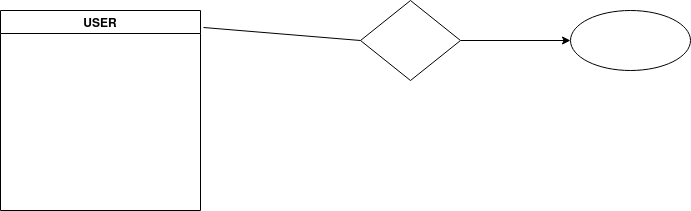
The draw.io diagram Entity.drawio.png in GumBox/CloudAirlineG8, before a commit. Source tidied: cells renumbered, new cells last; positions are measured from the earlier drawing's top-left corner, leaving out a move shared by most shapes.
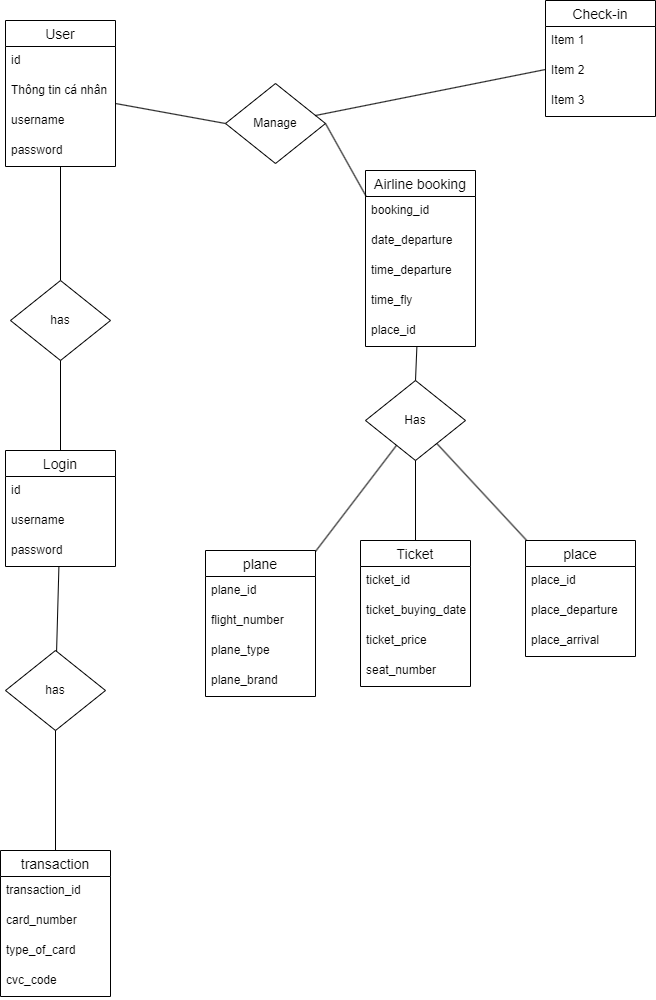
After the commit.

The edit, as a diff of the source:
```diff
@@ -2,20 +2,164 @@
   <root>
     <mxCell id="0" />
     <mxCell id="1" parent="0" />
-    <mxCell id="2" style="endArrow=none;html=1;rounded=0;exitX=1.015;exitY=0.085;exitDx=0;exitDy=0;entryX=0;entryY=0.5;entryDx=0;entryDy=0;exitPerimeter=0;" parent="1" edge="1" source="6" target="4">
+    <mxCell id="2" style="endArrow=none;html=1;rounded=0;entryX=0;entryY=0.5;entryDx=0;entryDy=0;" parent="1" edge="1" source="7" target="4">
       <mxGeometry relative="1" as="geometry" />
     </mxCell>
-    <mxCell id="3" style="edgeStyle=orthogonalEdgeStyle;rounded=0;jettySize=auto;html=1;" parent="1" edge="1" source="4" target="5">
-      <mxGeometry relative="1" as="geometry" />
-    </mxCell>
-    <mxCell id="4" style="rhombus;whiteSpace=wrap;html=1;" parent="1" vertex="1">
+    <mxCell id="4" value="Manage" style="rhombus;whiteSpace=wrap;html=1;" parent="1" vertex="1">
       <mxGeometry x="360" width="100" height="80" as="geometry" />
     </mxCell>
-    <mxCell id="5" style="ellipse;whiteSpace=wrap;html=1;" parent="1" vertex="1">
-      <mxGeometry x="570" y="10" width="120" height="60" as="geometry" />
-    </mxCell>
-    <mxCell id="6" value="USER" style="swimlane;" parent="1" vertex="1">
-      <mxGeometry y="10" width="200" height="200" as="geometry" />
-    </mxCell>
+    <mxCell id="7" value="User" style="swimlane;fontStyle=0;horizontal=1;startSize=26;align=center;fontSize=14;" parent="1" vertex="1">
+      <mxGeometry x="140" y="-63" width="110" height="146" as="geometry" />
+    </mxCell>
+    <mxCell id="8" value="id " style="text;strokeColor=none;fillColor=none;spacingLeft=4;spacingRight=4;overflow=hidden;fontSize=12;" parent="7" vertex="1">
+      <mxGeometry y="26" width="110" height="30" as="geometry" />
+    </mxCell>
+    <mxCell id="9" value="Thông tin cá nhân" style="text;strokeColor=none;fillColor=none;spacingLeft=4;spacingRight=4;overflow=hidden;fontSize=12;" parent="7" vertex="1">
+      <mxGeometry y="56" width="110" height="30" as="geometry" />
+    </mxCell>
+    <mxCell id="10" value="username" style="text;strokeColor=none;fillColor=none;spacingLeft=4;spacingRight=4;overflow=hidden;fontSize=12;" parent="7" vertex="1">
+      <mxGeometry y="86" width="110" height="30" as="geometry" />
+    </mxCell>
+    <mxCell id="11" value="password" style="text;strokeColor=none;fillColor=none;spacingLeft=4;spacingRight=4;overflow=hidden;fontSize=12;" parent="7" vertex="1">
+      <mxGeometry y="116" width="110" height="30" as="geometry" />
+    </mxCell>
+    <mxCell id="12" value="Airline booking" style="swimlane;fontStyle=0;horizontal=1;startSize=26;align=center;fontSize=14;" parent="1" vertex="1">
+      <mxGeometry x="500" y="87" width="110" height="176" as="geometry" />
+    </mxCell>
+    <mxCell id="13" value="booking_id" style="text;strokeColor=none;fillColor=none;spacingLeft=4;spacingRight=4;overflow=hidden;fontSize=12;" parent="12" vertex="1">
+      <mxGeometry y="26" width="110" height="30" as="geometry" />
+    </mxCell>
+    <mxCell id="14" value="date_departure" style="text;strokeColor=none;fillColor=none;spacingLeft=4;spacingRight=4;overflow=hidden;fontSize=12;" parent="12" vertex="1">
+      <mxGeometry y="56" width="110" height="30" as="geometry" />
+    </mxCell>
+    <mxCell id="15" value="time_departure" style="text;strokeColor=none;fillColor=none;spacingLeft=4;spacingRight=4;overflow=hidden;fontSize=12;" parent="12" vertex="1">
+      <mxGeometry y="86" width="110" height="30" as="geometry" />
+    </mxCell>
+    <mxCell id="16" value="time_fly" style="text;strokeColor=none;fillColor=none;spacingLeft=4;spacingRight=4;overflow=hidden;fontSize=12;" parent="12" vertex="1">
+      <mxGeometry y="116" width="110" height="30" as="geometry" />
+    </mxCell>
+    <mxCell id="17" value="place_id" style="text;strokeColor=none;fillColor=none;spacingLeft=4;spacingRight=4;overflow=hidden;fontSize=12;" parent="12" vertex="1">
+      <mxGeometry y="146" width="110" height="30" as="geometry" />
+    </mxCell>
+    <mxCell id="18" style="endArrow=none;html=1;rounded=0;exitX=1;exitY=0.5;exitDx=0;exitDy=0;entryX=0.006;entryY=0.147;entryDx=0;entryDy=0;entryPerimeter=0;" parent="1" edge="1" source="4" target="12">
+      <mxGeometry relative="1" as="geometry" />
+    </mxCell>
+    <mxCell id="19" value="Has" style="rhombus;whiteSpace=wrap;html=1;" parent="1" vertex="1">
+      <mxGeometry x="500" y="297" width="100" height="80" as="geometry" />
+    </mxCell>
+    <mxCell id="20" style="endArrow=none;html=1;rounded=0;entryX=0.5;entryY=0;entryDx=0;entryDy=0;" parent="1" edge="1" source="12" target="19">
+      <mxGeometry relative="1" as="geometry" />
+    </mxCell>
+    <mxCell id="21" value="Ticket" style="swimlane;fontStyle=0;horizontal=1;startSize=26;align=center;fontSize=14;" parent="1" vertex="1">
+      <mxGeometry x="495" y="457" width="110" height="146" as="geometry" />
+    </mxCell>
+    <mxCell id="22" value="ticket_id" style="text;strokeColor=none;fillColor=none;spacingLeft=4;spacingRight=4;overflow=hidden;fontSize=12;" parent="21" vertex="1">
+      <mxGeometry y="26" width="110" height="30" as="geometry" />
+    </mxCell>
+    <mxCell id="23" value="ticket_buying_date" style="text;strokeColor=none;fillColor=none;spacingLeft=4;spacingRight=4;overflow=hidden;fontSize=12;" parent="21" vertex="1">
+      <mxGeometry y="56" width="110" height="30" as="geometry" />
+    </mxCell>
+    <mxCell id="24" value="ticket_price" style="text;strokeColor=none;fillColor=none;spacingLeft=4;spacingRight=4;overflow=hidden;fontSize=12;" parent="21" vertex="1">
+      <mxGeometry y="86" width="110" height="30" as="geometry" />
+    </mxCell>
+    <mxCell id="25" value="seat_number" style="text;strokeColor=none;fillColor=none;spacingLeft=4;spacingRight=4;overflow=hidden;fontSize=12;" parent="21" vertex="1">
+      <mxGeometry y="116" width="110" height="30" as="geometry" />
+    </mxCell>
+    <mxCell id="26" style="endArrow=none;html=1;rounded=0;entryX=0.5;entryY=0;entryDx=0;entryDy=0;" parent="1" edge="1" source="7" target="27">
+      <mxGeometry relative="1" as="geometry" />
+    </mxCell>
+    <mxCell id="27" value="has" style="rhombus;whiteSpace=wrap;html=1;" parent="1" vertex="1">
+      <mxGeometry x="145" y="197" width="100" height="80" as="geometry" />
+    </mxCell>
+    <mxCell id="28" value="Login" style="swimlane;fontStyle=0;horizontal=1;startSize=26;align=center;fontSize=14;" parent="1" vertex="1">
+      <mxGeometry x="140" y="367" width="110" height="116" as="geometry" />
+    </mxCell>
+    <mxCell id="29" value="id" style="text;strokeColor=none;fillColor=none;spacingLeft=4;spacingRight=4;overflow=hidden;fontSize=12;" parent="28" vertex="1">
+      <mxGeometry y="26" width="110" height="30" as="geometry" />
+    </mxCell>
+    <mxCell id="30" value="username" style="text;strokeColor=none;fillColor=none;spacingLeft=4;spacingRight=4;overflow=hidden;fontSize=12;" parent="28" vertex="1">
+      <mxGeometry y="56" width="110" height="30" as="geometry" />
+    </mxCell>
+    <mxCell id="31" value="password" style="text;strokeColor=none;fillColor=none;spacingLeft=4;spacingRight=4;overflow=hidden;fontSize=12;" parent="28" vertex="1">
+      <mxGeometry y="86" width="110" height="30" as="geometry" />
+    </mxCell>
+    <mxCell id="32" style="endArrow=none;html=1;rounded=0;entryX=0.5;entryY=0;entryDx=0;entryDy=0;exitX=0.5;exitY=1;exitDx=0;exitDy=0;" parent="1" edge="1" source="27" target="28">
+      <mxGeometry relative="1" as="geometry" />
+    </mxCell>
+    <mxCell id="33" style="endArrow=none;html=1;rounded=0;entryX=0.5;entryY=0;entryDx=0;entryDy=0;" parent="1" edge="1" source="19" target="21">
+      <mxGeometry relative="1" as="geometry" />
+    </mxCell>
+    <mxCell id="34" value="Check-in" style="swimlane;fontStyle=0;horizontal=1;startSize=26;align=center;fontSize=14;" parent="1" vertex="1">
+      <mxGeometry x="680" y="-83" width="110" height="116" as="geometry" />
+    </mxCell>
+    <mxCell id="35" value="Item 1" style="text;strokeColor=none;fillColor=none;spacingLeft=4;spacingRight=4;overflow=hidden;fontSize=12;" parent="34" vertex="1">
+      <mxGeometry y="26" width="110" height="30" as="geometry" />
+    </mxCell>
+    <mxCell id="36" value="Item 2" style="text;strokeColor=none;fillColor=none;spacingLeft=4;spacingRight=4;overflow=hidden;fontSize=12;" parent="34" vertex="1">
+      <mxGeometry y="56" width="110" height="30" as="geometry" />
+    </mxCell>
+    <mxCell id="37" value="Item 3" style="text;strokeColor=none;fillColor=none;spacingLeft=4;spacingRight=4;overflow=hidden;fontSize=12;" parent="34" vertex="1">
+      <mxGeometry y="86" width="110" height="30" as="geometry" />
+    </mxCell>
+    <mxCell id="38" style="endArrow=none;html=1;rounded=0;" parent="1" edge="1" source="4" target="34">
+      <mxGeometry relative="1" as="geometry" />
+    </mxCell>
+    <mxCell id="39" value="place" style="swimlane;fontStyle=0;horizontal=1;startSize=26;align=center;fontSize=14;" parent="1" vertex="1">
+      <mxGeometry x="660" y="457" width="110" height="116" as="geometry" />
+    </mxCell>
+    <mxCell id="40" value="place_id" style="text;strokeColor=none;fillColor=none;spacingLeft=4;spacingRight=4;overflow=hidden;fontSize=12;" parent="39" vertex="1">
+      <mxGeometry y="26" width="110" height="30" as="geometry" />
+    </mxCell>
+    <mxCell id="41" value="place_departure" style="text;strokeColor=none;fillColor=none;spacingLeft=4;spacingRight=4;overflow=hidden;fontSize=12;" parent="39" vertex="1">
+      <mxGeometry y="56" width="110" height="30" as="geometry" />
+    </mxCell>
+    <mxCell id="42" value="place_arrival" style="text;strokeColor=none;fillColor=none;spacingLeft=4;spacingRight=4;overflow=hidden;fontSize=12;" parent="39" vertex="1">
+      <mxGeometry y="86" width="110" height="30" as="geometry" />
+    </mxCell>
+    <mxCell id="43" style="endArrow=none;html=1;rounded=0;" parent="1" edge="1" source="19" target="39">
+      <mxGeometry relative="1" as="geometry" />
+    </mxCell>
+    <mxCell id="44" value="plane" style="swimlane;fontStyle=0;horizontal=1;startSize=26;align=center;fontSize=14;" parent="1" vertex="1">
+      <mxGeometry x="340" y="467" width="110" height="146" as="geometry" />
+    </mxCell>
+    <mxCell id="45" value="plane_id" style="text;strokeColor=none;fillColor=none;spacingLeft=4;spacingRight=4;overflow=hidden;fontSize=12;" parent="44" vertex="1">
+      <mxGeometry y="26" width="110" height="30" as="geometry" />
+    </mxCell>
+    <mxCell id="46" value="flight_number" style="text;strokeColor=none;fillColor=none;spacingLeft=4;spacingRight=4;overflow=hidden;fontSize=12;" parent="44" vertex="1">
+      <mxGeometry y="56" width="110" height="30" as="geometry" />
+    </mxCell>
+    <mxCell id="47" value="plane_type" style="text;strokeColor=none;fillColor=none;spacingLeft=4;spacingRight=4;overflow=hidden;fontSize=12;" parent="44" vertex="1">
+      <mxGeometry y="86" width="110" height="30" as="geometry" />
+    </mxCell>
+    <mxCell id="48" value="plane_brand" style="text;strokeColor=none;fillColor=none;spacingLeft=4;spacingRight=4;overflow=hidden;fontSize=12;" parent="44" vertex="1">
+      <mxGeometry y="116" width="110" height="30" as="geometry" />
+    </mxCell>
+    <mxCell id="49" style="endArrow=none;html=1;rounded=0;" parent="1" edge="1" source="19" target="44">
+      <mxGeometry relative="1" as="geometry" />
+    </mxCell>
+    <mxCell id="50" value="has" style="rhombus;whiteSpace=wrap;html=1;" parent="1" vertex="1">
+      <mxGeometry x="140" y="567" width="100" height="80" as="geometry" />
+    </mxCell>
+    <mxCell id="51" style="endArrow=none;html=1;rounded=0;" parent="1" edge="1" source="28" target="50">
+      <mxGeometry relative="1" as="geometry" />
+    </mxCell>
+    <mxCell id="52" value="transaction" style="swimlane;fontStyle=0;horizontal=1;startSize=26;align=center;fontSize=14;" parent="1" vertex="1">
+      <mxGeometry x="135" y="767" width="110" height="146" as="geometry" />
+    </mxCell>
+    <mxCell id="53" value="transaction_id   &#10;" style="text;strokeColor=none;fillColor=none;spacingLeft=4;spacingRight=4;overflow=hidden;fontSize=12;" parent="52" vertex="1">
+      <mxGeometry y="26" width="110" height="30" as="geometry" />
+    </mxCell>
+    <mxCell id="54" value="card_number" style="text;strokeColor=none;fillColor=none;spacingLeft=4;spacingRight=4;overflow=hidden;fontSize=12;" parent="52" vertex="1">
+      <mxGeometry y="56" width="110" height="30" as="geometry" />
+    </mxCell>
+    <mxCell id="55" value="type_of_card" style="text;strokeColor=none;fillColor=none;spacingLeft=4;spacingRight=4;overflow=hidden;fontSize=12;" parent="52" vertex="1">
+      <mxGeometry y="86" width="110" height="30" as="geometry" />
+    </mxCell>
+    <mxCell id="56" value="cvc_code" style="text;strokeColor=none;fillColor=none;spacingLeft=4;spacingRight=4;overflow=hidden;fontSize=12;" parent="52" vertex="1">
+      <mxGeometry y="116" width="110" height="30" as="geometry" />
+    </mxCell>
+    <mxCell id="57" style="endArrow=none;html=1;rounded=0;" parent="1" edge="1" source="50" target="52">
+      <mxGeometry relative="1" as="geometry" />
+    </mxCell>
   </root>
 </mxGraphModel>
```
